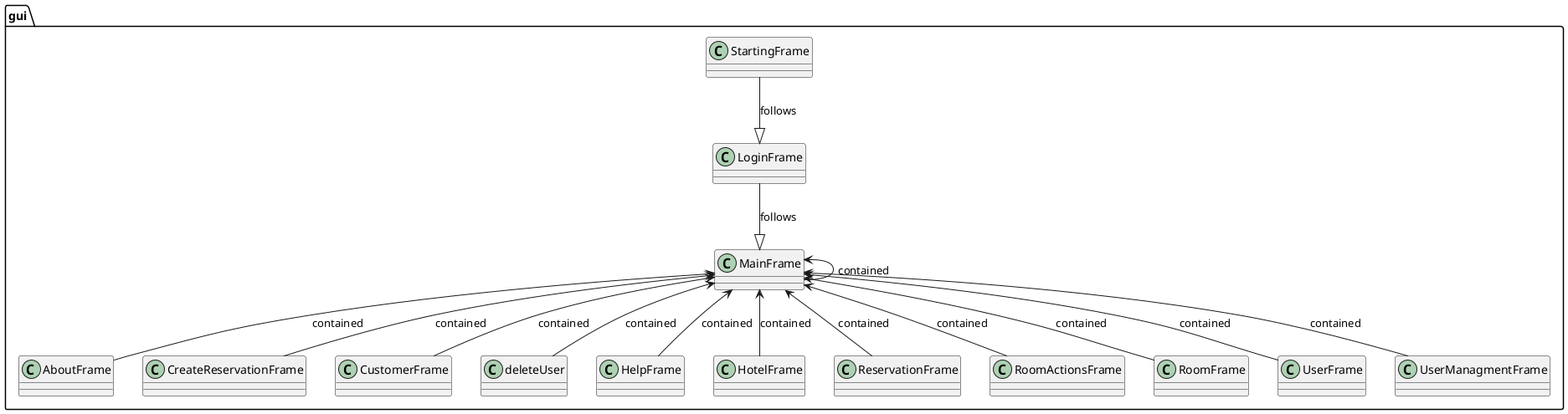
Above: docs/uml/gui.png in DMG-TechLabs/hotel-manager (PlantUML), before the change.
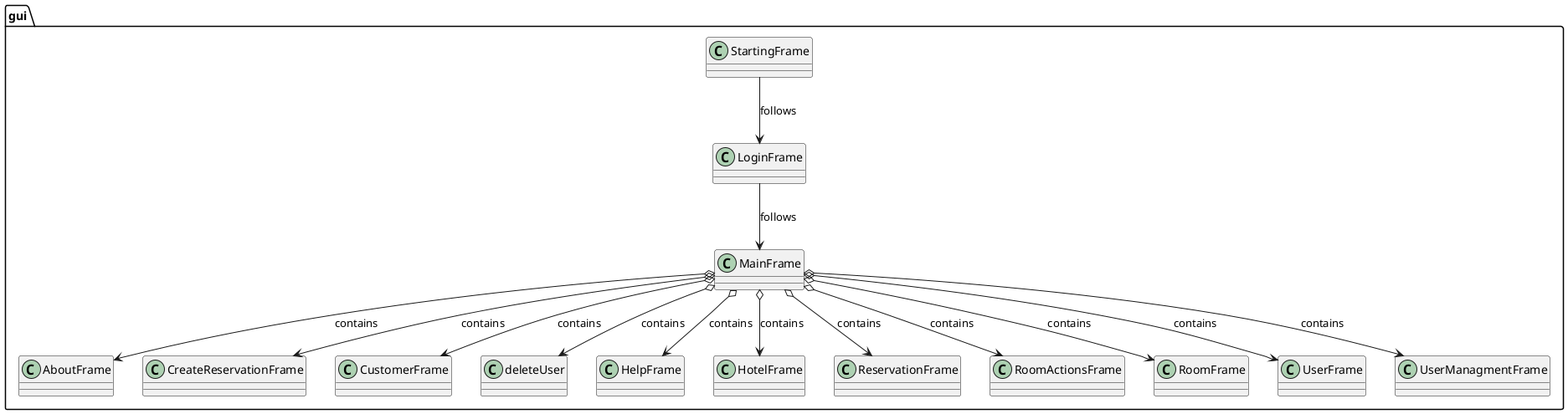
After the commit.

Commit message:
corrected uml arrows

What changed in the source:
```diff
@@ -1,4 +1,4 @@
-@startuml
+@startuml gui
 
 package gui {
     class AboutFrame
@@ -17,20 +17,19 @@
     class UserManagmentFrame
 }
 
-StartingFrame --|> LoginFrame : follows
-LoginFrame --|> MainFrame : follows
+StartingFrame --> LoginFrame : follows
+LoginFrame --> MainFrame : follows
 
-MainFrame <-- AboutFrame : contained
-MainFrame <-- CreateReservationFrame : contained
-MainFrame <-- CustomerFrame : contained
-MainFrame <-- deleteUser : contained
-MainFrame <-- HelpFrame : contained
-MainFrame <-- HotelFrame : contained
-MainFrame <-- MainFrame : contained
-MainFrame <-- ReservationFrame : contained
-MainFrame <-- RoomActionsFrame : contained
-MainFrame <-- RoomFrame : contained
-MainFrame <-- UserFrame : contained
-MainFrame <-- UserManagmentFrame : contained
+MainFrame o--> AboutFrame : contains
+MainFrame o--> CreateReservationFrame : contains
+MainFrame o--> CustomerFrame : contains
+MainFrame o--> deleteUser : contains
+MainFrame o--> HelpFrame : contains
+MainFrame o--> HotelFrame : contains
+MainFrame o--> ReservationFrame : contains
+MainFrame o--> RoomActionsFrame : contains
+MainFrame o--> RoomFrame : contains
+MainFrame o--> UserFrame : contains
+MainFrame o--> UserManagmentFrame : contains
 
 @enduml
```
